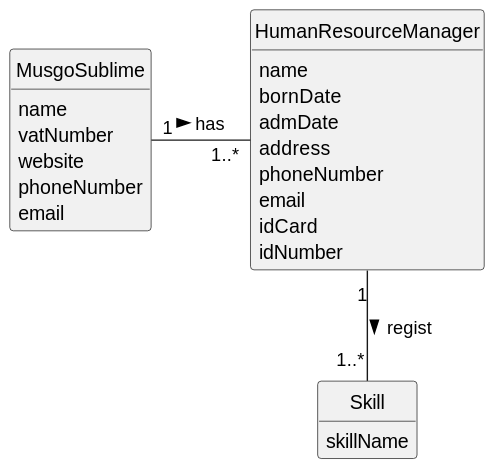
Above: docs/sprintA/us001/02.analysis/svg/us001-domain-model.svg in 1231360-ISEP/lei-24-s2-1db-g021 (PlantUML), before the change. Its diagram source:
```plantuml
@startuml
skinparam monochrome true
skinparam packageStyle rectangle
skinparam shadowing false

skinparam classAttributeIconSize 0

hide circle
hide methods

class MusgoSublime {
    name
    vatNumber
    website
    phoneNumber
    email
}

class HumanResourceManager {
    name
    bornDate
    admDate
    address
    phoneNumber
    email
    idCard
    idNumber
}

class Skill {
    skillName
}


MusgoSublime "1" - "1..*" HumanResourceManager: has >
HumanResourceManager "1" -- "1..*" Skill : regist >
@enduml
```
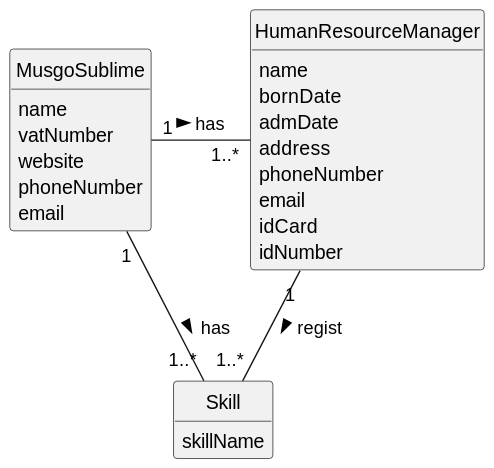
Later version of the same file.

Commit message:
Update US01 & US05 Domain Model and SVG´s.

The edit, as a diff of the source:
```diff
@@ -33,5 +33,6 @@
 
 
 MusgoSublime "1" - "1..*" HumanResourceManager: has >
+MusgoSublime "1" - "1..*" Skill: has >
 HumanResourceManager "1" -- "1..*" Skill : regist >
 @enduml
```
